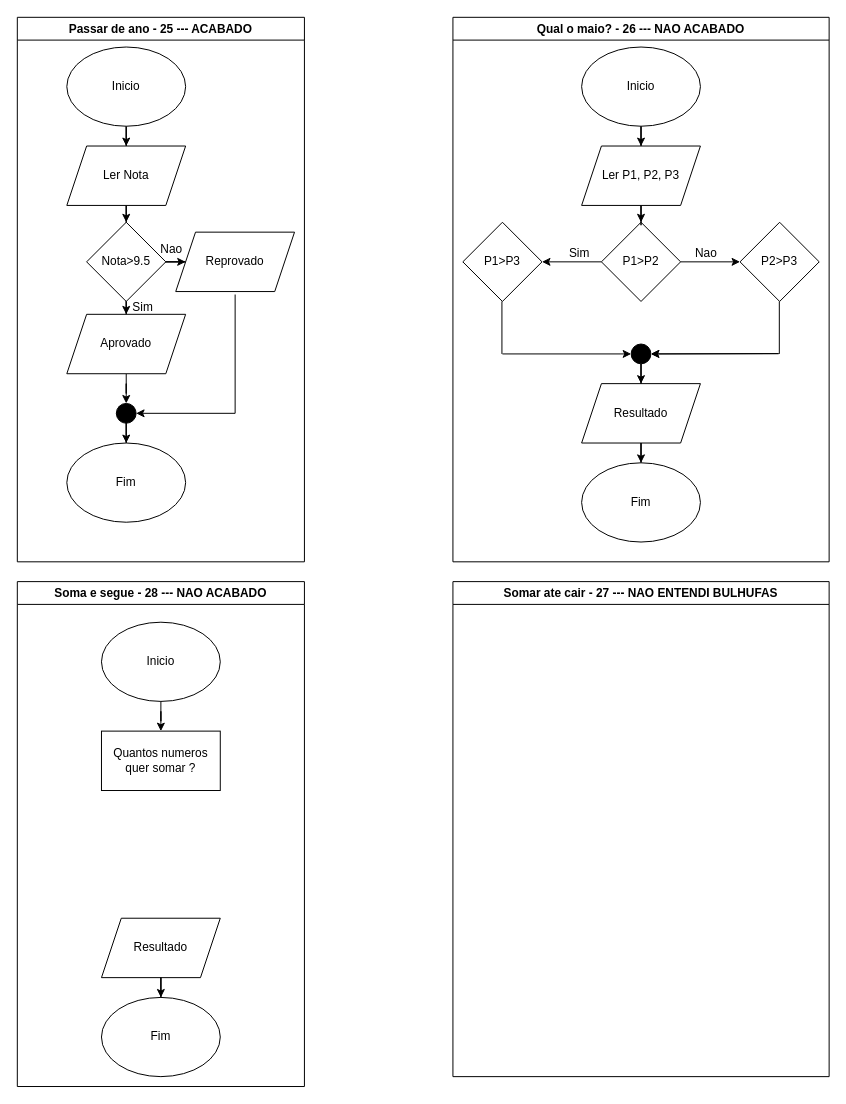
This is fluxogramas adiantados.drawio from pedrooomrqs/fluxograms, a draw.io file, before an edit. Source tidied: cells renumbered, new cells numbered last; positions are measured from the earlier drawing's top-left corner, leaving out a move shared by most shapes. Both pictures are drawn from the tidied source at 99%, with x=0, y=0 at pixel (17, 17).
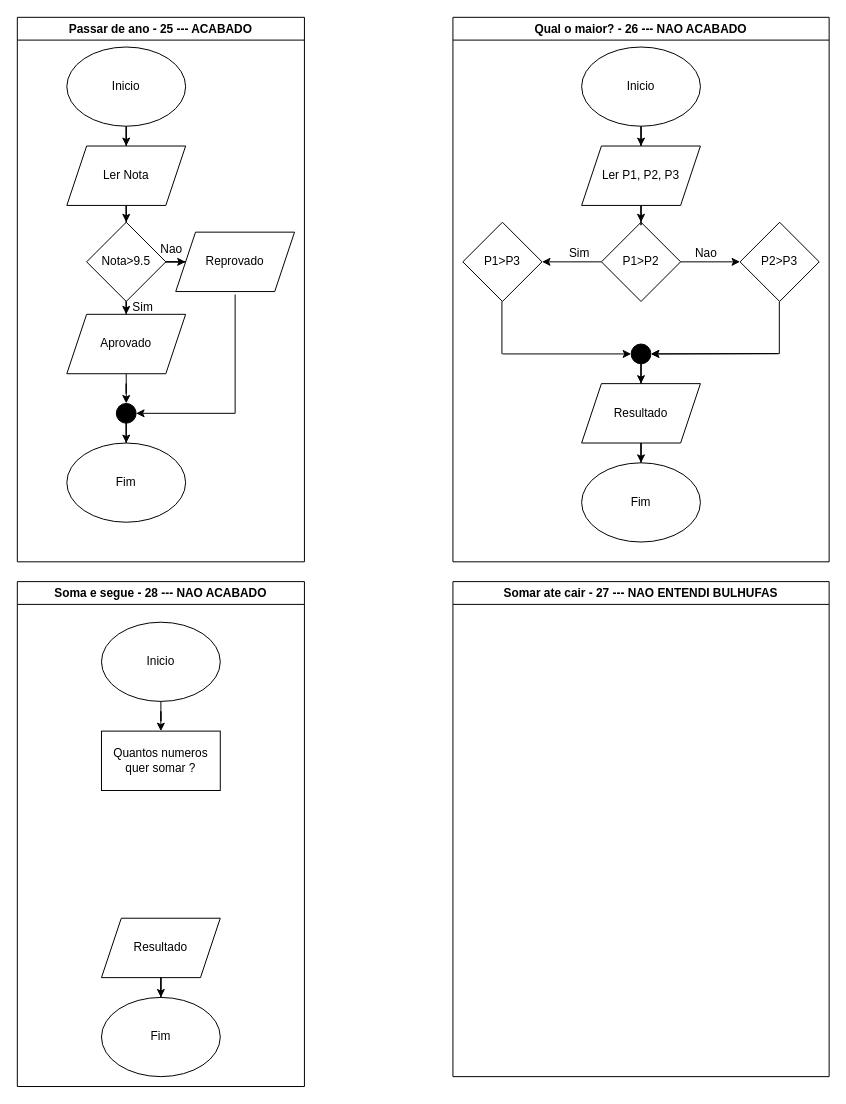
The same diagram, later.

What changed in the source:
```diff
@@
-    <mxCell id="31" value="Qual o maio? - 26 --- NAO ACABADO" style="swimlane;whiteSpace=wrap;html=1;" parent="1" vertex="1">
+    <mxCell id="31" value="Qual o maior? - 26 --- NAO ACABADO" style="swimlane;whiteSpace=wrap;html=1;" parent="1" vertex="1">
       <mxGeometry x="440" width="380" height="550" as="geometry" />
     </mxCell>
```
